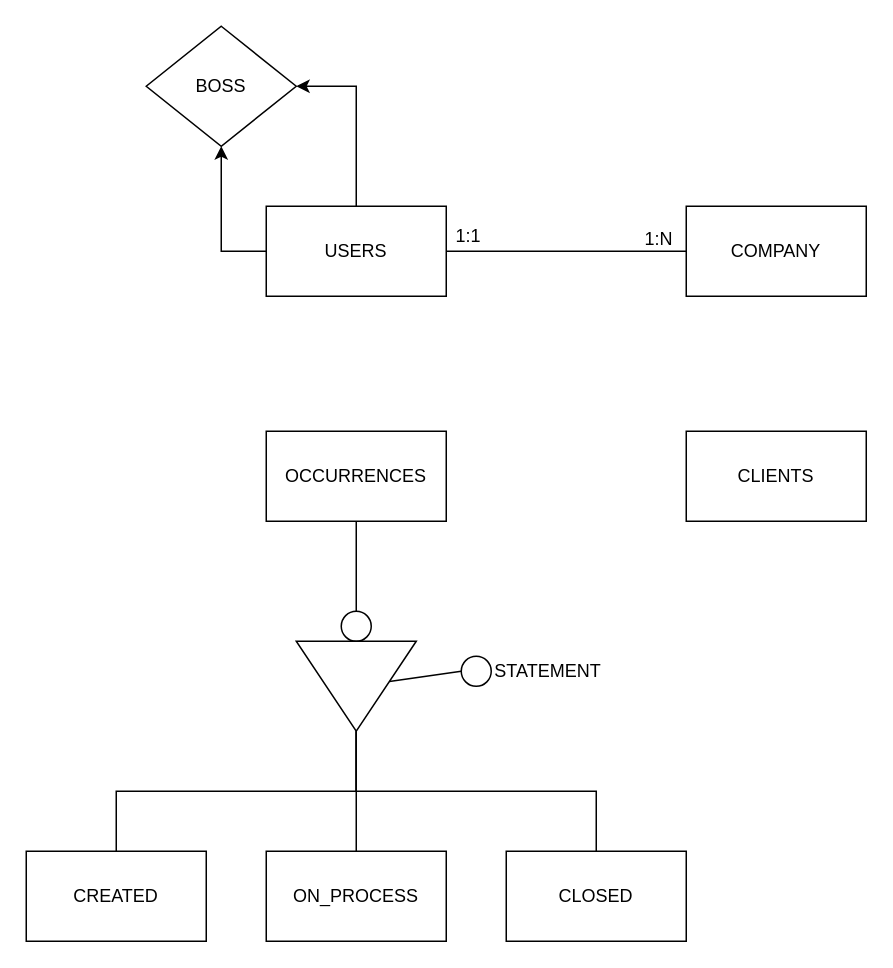
This is RYO-diagram.drawio from espinosa-dev/RYO, a draw.io file, before an edit. Source tidied: cells renumbered, new cells numbered last; positions are measured from the earlier drawing's top-left corner, leaving out a move shared by most shapes. Both pictures are drawn from the tidied source at 150%, with x=0, y=0 at pixel (26, 26).
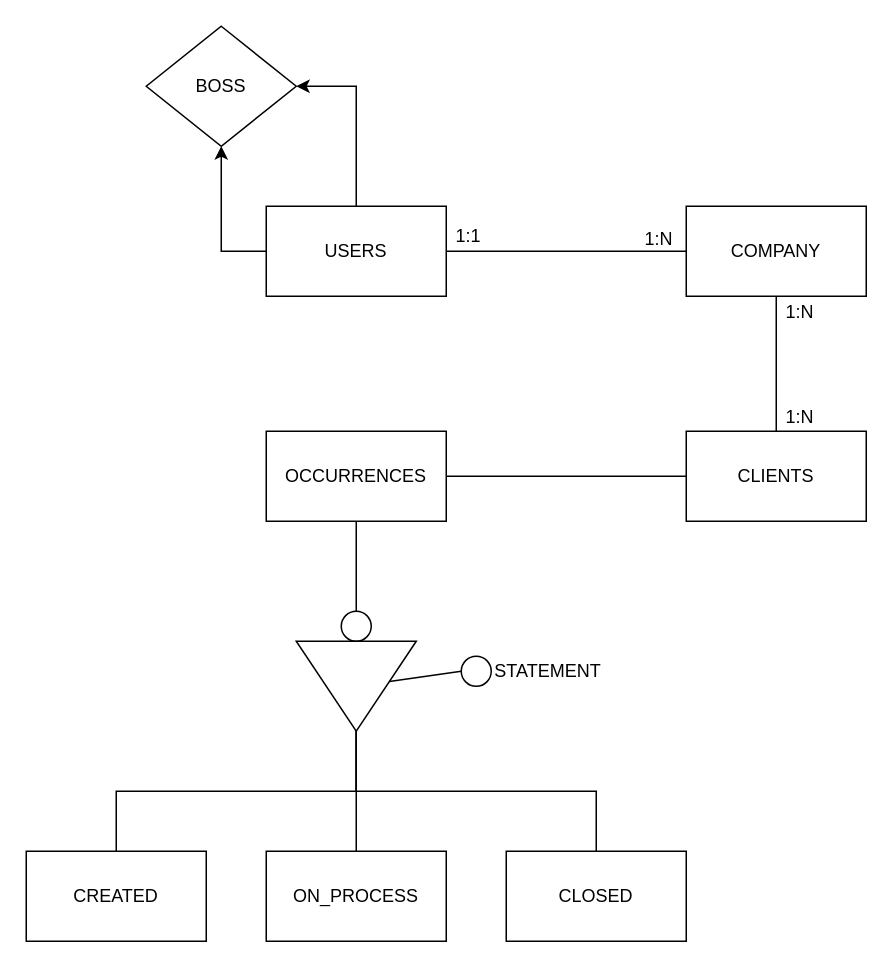
Above is the later version.

Commit message:
Database diagram updated

Unchanged cells that the change refers to:
```xml
<mxCell id="7" value="COMPANY" style="rounded=0;whiteSpace=wrap;html=1;" parent="1" vertex="1">
  <mxGeometry x="440" y="120" width="120" height="60" as="geometry" />
</mxCell>
<mxCell id="8" value="CLIENTS" style="rounded=0;whiteSpace=wrap;html=1;" parent="1" vertex="1">
  <mxGeometry x="440" y="270" width="120" height="60" as="geometry" />
</mxCell>
<mxCell id="10" value="OCCURRENCES" style="rounded=0;whiteSpace=wrap;html=1;" parent="1" vertex="1">
  <mxGeometry x="160" y="270" width="120" height="60" as="geometry" />
</mxCell>
```

Diff of the diagram source:
```diff
@@
+    <mxCell id="24" style="edgeStyle=orthogonalEdgeStyle;rounded=0;jettySize=auto;html=1;entryX=0.5;entryY=0;entryDx=0;entryDy=0;defaultLabelBackgroundColor=page;labelPadding=0 4;endArrow=none;endFill=0;" parent="1" edge="1" source="7" target="8">
+      <mxGeometry relative="1" as="geometry" />
+    </mxCell>
@@
+    <mxCell id="25" style="edgeStyle=orthogonalEdgeStyle;rounded=0;jettySize=auto;html=1;entryX=1;entryY=0.5;entryDx=0;entryDy=0;defaultLabelBackgroundColor=page;labelPadding=0 4;endArrow=none;endFill=0;" parent="1" edge="1" source="8" target="10">
+      <mxGeometry relative="1" as="geometry" />
+    </mxCell>
@@
+    <mxCell id="26" value="1:N" style="text;html=1;whiteSpace=wrap;strokeColor=none;fillColor=none;align=center;verticalAlign=middle;rounded=0;" parent="1" vertex="1">
+      <mxGeometry x="486" y="246" width="60" height="30" as="geometry" />
+    </mxCell>
+    <mxCell id="27" value="1:N" style="text;html=1;whiteSpace=wrap;strokeColor=none;fillColor=none;align=center;verticalAlign=middle;rounded=0;" parent="1" vertex="1">
+      <mxGeometry x="486" y="176" width="60" height="30" as="geometry" />
+    </mxCell>
```
